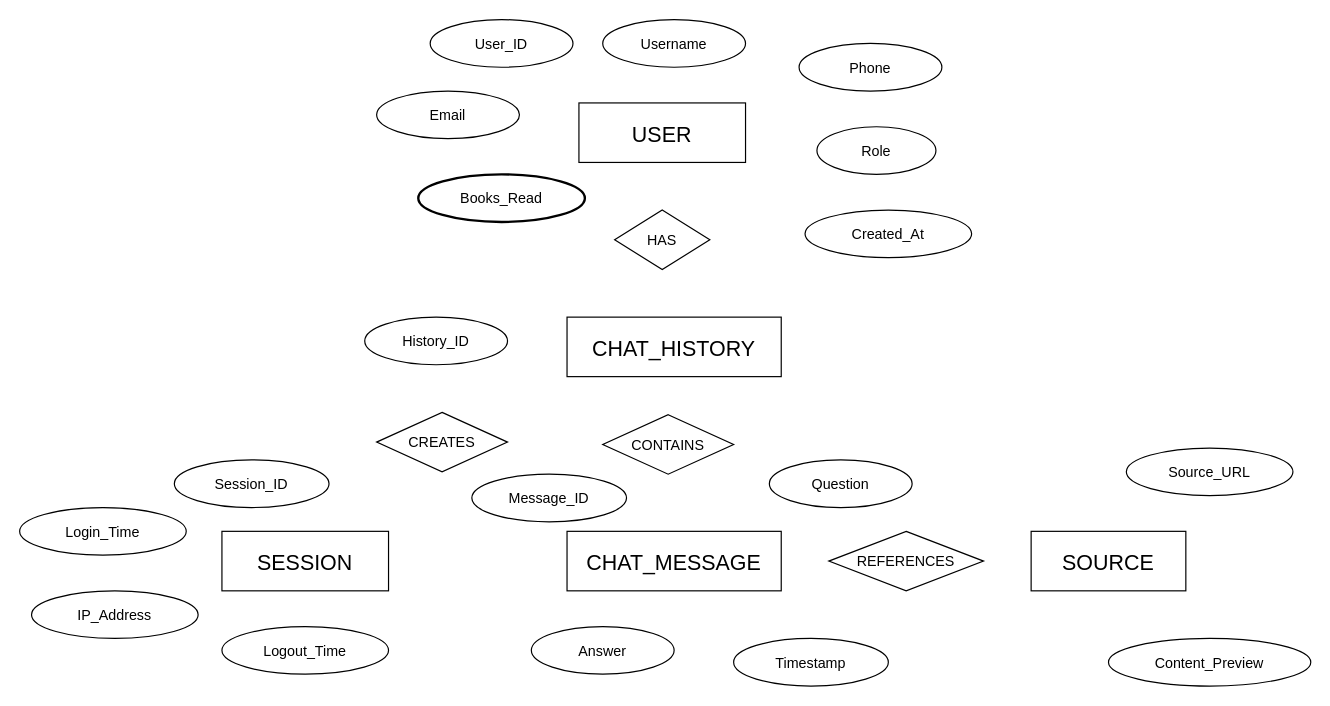
This is MCA_Synopsis-diagram/ERD/ERD2.drawio from Rohitprj/Problem-Solving, a draw.io file, before an edit. Source tidied: cells renumbered, new cells numbered last; positions are measured from the earlier drawing's top-left corner, leaving out a move shared by most shapes. Both pictures are drawn from the tidied source at 119%, with x=0, y=0 at pixel (19, 19).
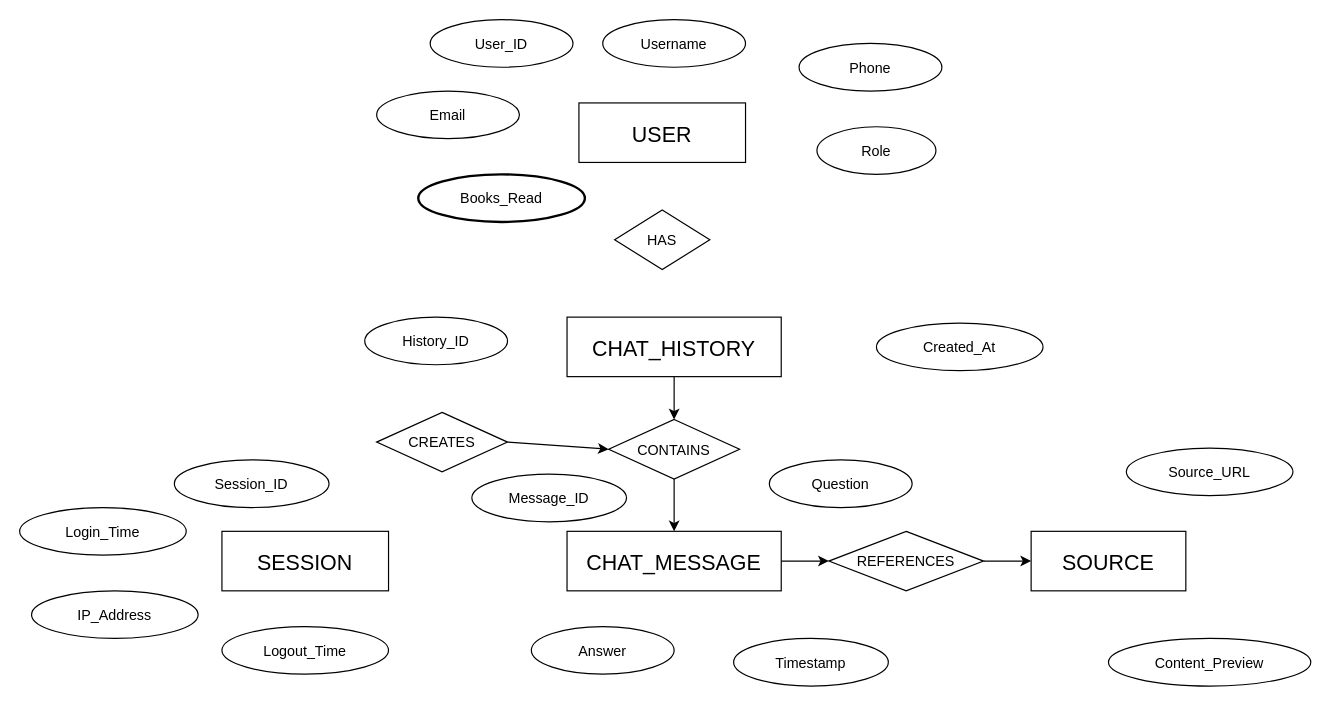
After the change.

Unchanged cells that the change refers to:
```xml
<mxCell id="3" value="CHAT_HISTORY" style="shape=rectangle;strokeColor=#000000;fillColor=#ffffff;fontSize=18;" parent="1" vertex="1">
  <mxGeometry x="460" y="250" width="180" height="50" as="geometry" />
</mxCell>
<mxCell id="4" value="CHAT_MESSAGE" style="shape=rectangle;strokeColor=#000000;fillColor=#ffffff;fontSize=18;" parent="1" vertex="1">
  <mxGeometry x="460" y="430" width="180" height="50" as="geometry" />
</mxCell>
<mxCell id="6" value="SOURCE" style="shape=rectangle;strokeColor=#000000;fillColor=#ffffff;fontSize=18;" parent="1" vertex="1">
  <mxGeometry x="850" y="430" width="130" height="50" as="geometry" />
</mxCell>
<mxCell id="9" value="CREATES" style="shape=rhombus;strokeColor=#000000;fillColor=#ffffff;" parent="1" vertex="1">
  <mxGeometry x="300" y="330" width="110" height="50" as="geometry" />
</mxCell>
<mxCell id="10" value="REFERENCES" style="shape=rhombus;strokeColor=#000000;fillColor=#ffffff;" parent="1" vertex="1">
  <mxGeometry x="680" y="430" width="130" height="50" as="geometry" />
</mxCell>
```

What changed in the source:
```diff
@@
+    <mxCell id="43" style="edgeStyle=none;html=1;exitX=0.5;exitY=1;exitDx=0;exitDy=0;entryX=0.5;entryY=0;entryDx=0;entryDy=0;" parent="1" edge="1" source="3" target="8">
+      <mxGeometry relative="1" as="geometry" />
+    </mxCell>
@@
+    <mxCell id="44" style="edgeStyle=none;html=1;exitX=1;exitY=0.5;exitDx=0;exitDy=0;entryX=0;entryY=0.5;entryDx=0;entryDy=0;" parent="1" edge="1" source="4" target="10">
+      <mxGeometry relative="1" as="geometry" />
+    </mxCell>
@@
+    <mxCell id="45" style="edgeStyle=none;html=1;exitX=0.5;exitY=1;exitDx=0;exitDy=0;entryX=0.5;entryY=0;entryDx=0;entryDy=0;" parent="1" edge="1" source="8" target="4">
+      <mxGeometry relative="1" as="geometry" />
+    </mxCell>
     <mxCell id="8" value="CONTAINS" style="shape=rhombus;strokeColor=#000000;fillColor=#ffffff;" parent="1" vertex="1">
-      <mxGeometry x="490" y="332" width="110" height="50" as="geometry" />
+      <mxGeometry x="495" y="336" width="110" height="50" as="geometry" />
     </mxCell>
+    <mxCell id="46" style="edgeStyle=none;html=1;exitX=1;exitY=0.5;exitDx=0;exitDy=0;entryX=0;entryY=0.5;entryDx=0;entryDy=0;" parent="1" edge="1" source="9" target="8">
+      <mxGeometry relative="1" as="geometry" />
+    </mxCell>
@@
+    <mxCell id="47" style="edgeStyle=none;html=1;exitX=1;exitY=0.5;exitDx=0;exitDy=0;entryX=0;entryY=0.5;entryDx=0;entryDy=0;" parent="1" edge="1" source="10" target="6">
+      <mxGeometry relative="1" as="geometry" />
+    </mxCell>
@@
     <mxCell id="18" value="Created_At" style="ellipse;strokeColor=#000000;fillColor=#ffffff;" parent="1" vertex="1">
-      <mxGeometry x="660" y="160" width="140" height="40" as="geometry" />
+      <mxGeometry x="720" y="255" width="140" height="40" as="geometry" />
     </mxCell>
```
